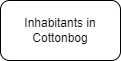
Earlier version of the draw.io export Flowchart/PeopleFlowCottonBog.drawio.png (FunkMarvel/Comp-4-SST). Source tidied: cells renumbered, new cells last; positions are measured from the earlier drawing's top-left corner, leaving out a move shared by most shapes. The source it was exported from:
```xml
<mxGraphModel>
  <root>
    <mxCell id="0" />
    <mxCell id="1" parent="0" />
    <mxCell id="2" value="Inhabitants in Cottonbog" style="rounded=1;whiteSpace=wrap;html=1;" parent="1" vertex="1">
      <mxGeometry width="120" height="60" as="geometry" />
    </mxCell>
  </root>
</mxGraphModel>
```
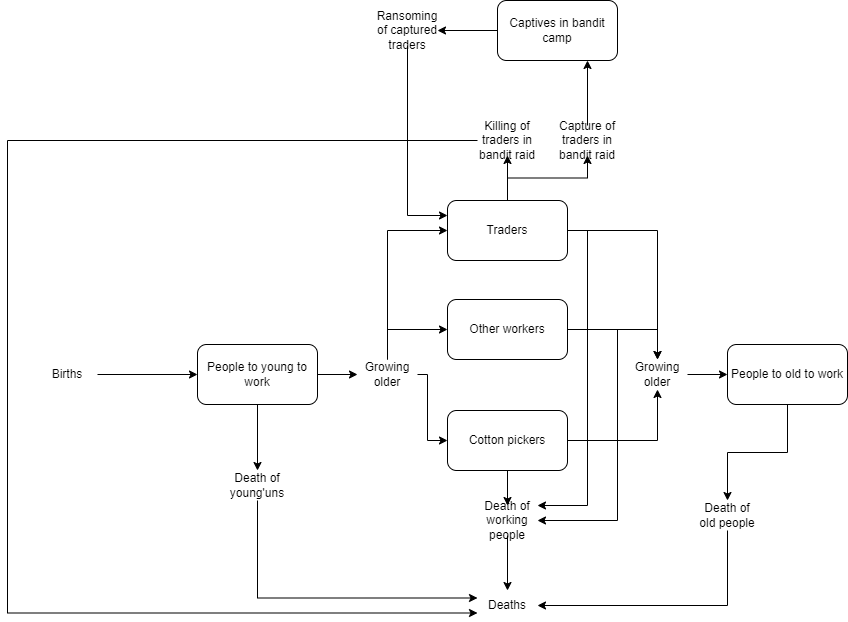
After the commit.

What changed in the source:
```diff
@@ -2,8 +2,162 @@
   <root>
     <mxCell id="0" />
     <mxCell id="1" parent="0" />
+    <mxCell id="3" style="edgeStyle=orthogonalEdgeStyle;rounded=0;jettySize=auto;html=1;entryX=0;entryY=0.5;entryDx=0;entryDy=0;" parent="1" edge="1" source="2" target="15">
+      <mxGeometry relative="1" as="geometry" />
+    </mxCell>
+    <mxCell id="4" style="edgeStyle=orthogonalEdgeStyle;rounded=0;jettySize=auto;html=1;entryX=0.5;entryY=0;entryDx=0;entryDy=0;" parent="1" edge="1" source="2" target="24">
+      <mxGeometry relative="1" as="geometry" />
+    </mxCell>
-    <mxCell id="2" value="Inhabitants in Cottonbog" style="rounded=1;whiteSpace=wrap;html=1;" parent="1" vertex="1">
+    <mxCell id="2" value="People to young to work" style="rounded=1;whiteSpace=wrap;html=1;" parent="1" vertex="1">
       <mxGeometry width="120" height="60" as="geometry" />
     </mxCell>
+    <mxCell id="5" style="edgeStyle=orthogonalEdgeStyle;rounded=0;jettySize=auto;html=1;entryX=0;entryY=0.5;entryDx=0;entryDy=0;" parent="1" edge="1" source="6" target="2">
+      <mxGeometry relative="1" as="geometry" />
+    </mxCell>
+    <mxCell id="6" value="Births" style="text;html=1;strokeColor=none;fillColor=none;align=center;verticalAlign=middle;whiteSpace=wrap;rounded=0;" parent="1" vertex="1">
+      <mxGeometry x="-160" y="15" width="60" height="30" as="geometry" />
+    </mxCell>
+    <mxCell id="7" style="edgeStyle=orthogonalEdgeStyle;rounded=0;jettySize=auto;html=1;" parent="1" edge="1" source="9" target="17">
+      <mxGeometry relative="1" as="geometry" />
+    </mxCell>
+    <mxCell id="8" style="edgeStyle=orthogonalEdgeStyle;rounded=0;jettySize=auto;html=1;" parent="1" edge="1" source="9" target="22">
+      <mxGeometry relative="1" as="geometry" />
+    </mxCell>
+    <mxCell id="9" value="Cotton pickers" style="rounded=1;whiteSpace=wrap;html=1;" parent="1" vertex="1">
+      <mxGeometry x="250" y="66" width="120" height="60" as="geometry" />
+    </mxCell>
+    <mxCell id="10" style="edgeStyle=orthogonalEdgeStyle;rounded=0;jettySize=auto;html=1;entryX=0.5;entryY=0;entryDx=0;entryDy=0;" parent="1" edge="1" source="11" target="20">
+      <mxGeometry relative="1" as="geometry" />
+    </mxCell>
+    <mxCell id="11" value="People to old to work" style="rounded=1;whiteSpace=wrap;html=1;" parent="1" vertex="1">
+      <mxGeometry x="530" width="120" height="60" as="geometry" />
+    </mxCell>
+    <mxCell id="12" style="edgeStyle=orthogonalEdgeStyle;rounded=0;jettySize=auto;html=1;entryX=0;entryY=0.5;entryDx=0;entryDy=0;" parent="1" edge="1" source="15" target="9">
+      <mxGeometry relative="1" as="geometry">
+        <Array as="points">
+          <mxPoint x="230" y="30" />
+          <mxPoint x="230" y="96" />
+        </Array>
+      </mxGeometry>
+    </mxCell>
+    <mxCell id="13" style="edgeStyle=orthogonalEdgeStyle;rounded=0;jettySize=auto;html=1;entryX=0;entryY=0.5;entryDx=0;entryDy=0;" parent="1" edge="1" source="15" target="27">
+      <mxGeometry relative="1" as="geometry">
+        <Array as="points">
+          <mxPoint x="190" y="-15" />
+        </Array>
+      </mxGeometry>
+    </mxCell>
+    <mxCell id="14" style="edgeStyle=orthogonalEdgeStyle;rounded=0;jettySize=auto;html=1;entryX=0;entryY=0.5;entryDx=0;entryDy=0;" parent="1" edge="1" source="15" target="32">
+      <mxGeometry relative="1" as="geometry">
+        <Array as="points">
+          <mxPoint x="190" y="-114" />
+        </Array>
+      </mxGeometry>
+    </mxCell>
+    <mxCell id="15" value="Growing&lt;br&gt;older" style="text;html=1;strokeColor=none;fillColor=none;align=center;verticalAlign=middle;whiteSpace=wrap;rounded=0;" parent="1" vertex="1">
+      <mxGeometry x="160" y="15" width="60" height="30" as="geometry" />
+    </mxCell>
+    <mxCell id="16" style="edgeStyle=orthogonalEdgeStyle;rounded=0;jettySize=auto;html=1;" parent="1" edge="1" source="17" target="11">
+      <mxGeometry relative="1" as="geometry" />
+    </mxCell>
+    <mxCell id="17" value="Growing&lt;br&gt;older" style="text;html=1;strokeColor=none;fillColor=none;align=center;verticalAlign=middle;whiteSpace=wrap;rounded=0;" parent="1" vertex="1">
+      <mxGeometry x="430" y="15" width="60" height="30" as="geometry" />
+    </mxCell>
+    <mxCell id="18" value="Deaths" style="text;html=1;strokeColor=none;fillColor=none;align=center;verticalAlign=middle;whiteSpace=wrap;rounded=0;" parent="1" vertex="1">
+      <mxGeometry x="280" y="246" width="60" height="30" as="geometry" />
+    </mxCell>
+    <mxCell id="19" style="edgeStyle=orthogonalEdgeStyle;rounded=0;jettySize=auto;html=1;entryX=1;entryY=0.5;entryDx=0;entryDy=0;" parent="1" edge="1" source="20" target="18">
+      <mxGeometry relative="1" as="geometry">
+        <Array as="points">
+          <mxPoint x="530" y="261" />
+        </Array>
+      </mxGeometry>
+    </mxCell>
+    <mxCell id="20" value="Death of old people" style="text;html=1;strokeColor=none;fillColor=none;align=center;verticalAlign=middle;whiteSpace=wrap;rounded=0;" parent="1" vertex="1">
+      <mxGeometry x="500" y="156" width="60" height="30" as="geometry" />
+    </mxCell>
+    <mxCell id="21" style="edgeStyle=orthogonalEdgeStyle;rounded=0;jettySize=auto;html=1;entryX=0.5;entryY=0;entryDx=0;entryDy=0;" parent="1" edge="1" source="22" target="18">
+      <mxGeometry relative="1" as="geometry" />
+    </mxCell>
+    <mxCell id="22" value="Death of working people" style="text;html=1;strokeColor=none;fillColor=none;align=center;verticalAlign=middle;whiteSpace=wrap;rounded=0;" parent="1" vertex="1">
+      <mxGeometry x="280" y="161" width="60" height="30" as="geometry" />
+    </mxCell>
+    <mxCell id="23" style="edgeStyle=orthogonalEdgeStyle;rounded=0;jettySize=auto;html=1;entryX=0;entryY=0.25;entryDx=0;entryDy=0;" parent="1" edge="1" source="24" target="18">
+      <mxGeometry relative="1" as="geometry">
+        <Array as="points">
+          <mxPoint x="60" y="254" />
+        </Array>
+      </mxGeometry>
+    </mxCell>
+    <mxCell id="24" value="Death of young'uns" style="text;html=1;strokeColor=none;fillColor=none;align=center;verticalAlign=middle;whiteSpace=wrap;rounded=0;" parent="1" vertex="1">
+      <mxGeometry x="30" y="126" width="60" height="30" as="geometry" />
+    </mxCell>
+    <mxCell id="25" style="edgeStyle=orthogonalEdgeStyle;rounded=0;jettySize=auto;html=1;entryX=0.5;entryY=0;entryDx=0;entryDy=0;" parent="1" edge="1" source="27" target="17">
+      <mxGeometry relative="1" as="geometry" />
+    </mxCell>
+    <mxCell id="26" style="edgeStyle=orthogonalEdgeStyle;rounded=0;jettySize=auto;html=1;entryX=1;entryY=0.5;entryDx=0;entryDy=0;" parent="1" edge="1" source="27" target="22">
+      <mxGeometry relative="1" as="geometry">
+        <Array as="points">
+          <mxPoint x="420" y="-15" />
+          <mxPoint x="420" y="176" />
+        </Array>
+      </mxGeometry>
+    </mxCell>
+    <mxCell id="27" value="Other workers" style="rounded=1;whiteSpace=wrap;html=1;" parent="1" vertex="1">
+      <mxGeometry x="250" y="-45" width="120" height="60" as="geometry" />
+    </mxCell>
+    <mxCell id="28" style="edgeStyle=orthogonalEdgeStyle;rounded=0;jettySize=auto;html=1;entryX=0.5;entryY=0;entryDx=0;entryDy=0;" parent="1" edge="1" source="32" target="17">
+      <mxGeometry relative="1" as="geometry" />
+    </mxCell>
+    <mxCell id="29" style="edgeStyle=orthogonalEdgeStyle;rounded=0;jettySize=auto;html=1;" parent="1" edge="1" source="32" target="34">
+      <mxGeometry relative="1" as="geometry" />
+    </mxCell>
+    <mxCell id="30" style="edgeStyle=orthogonalEdgeStyle;rounded=0;jettySize=auto;html=1;" parent="1" edge="1" source="32" target="36">
+      <mxGeometry relative="1" as="geometry" />
+    </mxCell>
+    <mxCell id="31" style="edgeStyle=orthogonalEdgeStyle;rounded=0;jettySize=auto;html=1;entryX=1;entryY=0;entryDx=0;entryDy=0;strokeColor=#000000;strokeWidth=1;" parent="1" edge="1" source="32" target="22">
+      <mxGeometry relative="1" as="geometry">
+        <Array as="points">
+          <mxPoint x="390" y="-114" />
+          <mxPoint x="390" y="161" />
+        </Array>
+      </mxGeometry>
+    </mxCell>
+    <mxCell id="32" value="Traders" style="rounded=1;whiteSpace=wrap;html=1;" parent="1" vertex="1">
+      <mxGeometry x="250" y="-144" width="120" height="60" as="geometry" />
+    </mxCell>
+    <mxCell id="33" style="edgeStyle=orthogonalEdgeStyle;rounded=0;jettySize=auto;html=1;entryX=0;entryY=0.75;entryDx=0;entryDy=0;strokeColor=#000000;strokeWidth=1;" parent="1" edge="1" source="34" target="18">
+      <mxGeometry relative="1" as="geometry">
+        <Array as="points">
+          <mxPoint x="-190" y="-204" />
+          <mxPoint x="-190" y="269" />
+        </Array>
+      </mxGeometry>
+    </mxCell>
+    <mxCell id="34" value="Killing of traders in bandit raid" style="text;html=1;strokeColor=none;fillColor=none;align=center;verticalAlign=middle;whiteSpace=wrap;rounded=0;" parent="1" vertex="1">
+      <mxGeometry x="280" y="-219" width="60" height="30" as="geometry" />
+    </mxCell>
+    <mxCell id="35" style="edgeStyle=orthogonalEdgeStyle;rounded=0;jettySize=auto;html=1;entryX=0.75;entryY=1;entryDx=0;entryDy=0;" parent="1" edge="1" source="36" target="38">
+      <mxGeometry relative="1" as="geometry" />
+    </mxCell>
+    <mxCell id="36" value="Capture of traders in bandit raid" style="text;html=1;strokeColor=none;fillColor=none;align=center;verticalAlign=middle;whiteSpace=wrap;rounded=0;" parent="1" vertex="1">
+      <mxGeometry x="360" y="-219" width="60" height="30" as="geometry" />
+    </mxCell>
+    <mxCell id="37" style="edgeStyle=orthogonalEdgeStyle;rounded=0;jettySize=auto;html=1;" parent="1" edge="1" source="38" target="40">
+      <mxGeometry relative="1" as="geometry" />
+    </mxCell>
+    <mxCell id="38" value="Captives in bandit camp" style="rounded=1;whiteSpace=wrap;html=1;" parent="1" vertex="1">
+      <mxGeometry x="300" y="-344" width="120" height="60" as="geometry" />
+    </mxCell>
+    <mxCell id="39" style="edgeStyle=orthogonalEdgeStyle;rounded=0;jettySize=auto;html=1;entryX=0;entryY=0.25;entryDx=0;entryDy=0;" parent="1" edge="1" source="40" target="32">
+      <mxGeometry relative="1" as="geometry">
+        <Array as="points">
+          <mxPoint x="210" y="-129" />
+        </Array>
+      </mxGeometry>
+    </mxCell>
+    <mxCell id="40" value="Ransoming of captured traders" style="text;html=1;strokeColor=none;fillColor=none;align=center;verticalAlign=middle;whiteSpace=wrap;rounded=0;" parent="1" vertex="1">
+      <mxGeometry x="180" y="-329" width="60" height="30" as="geometry" />
+    </mxCell>
   </root>
 </mxGraphModel>
```
